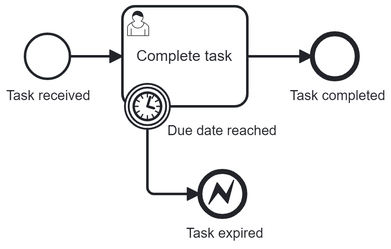
Before: updatable-boundary-timer-pattern/boundary-timer-update-problem.png, a diagram exported from BPMN (brix-ag/bpmn-design-patterns). Its source is kept beside it as updatable-boundary-timer-pattern/boundary-timer-update-problem.bpmn. Ids are renumbered. Its diagram source:
```xml
<bpmn:definitions xmlns:bpmn="http://www.omg.org/spec/BPMN/20100524/MODEL" xmlns:bpmndi="http://www.omg.org/spec/BPMN/20100524/DI" xmlns:dc="http://www.omg.org/spec/DD/20100524/DC" xmlns:xsi="http://www.w3.org/2001/XMLSchema-instance" xmlns:di="http://www.omg.org/spec/DD/20100524/DI" xmlns:zeebe="http://camunda.org/schema/zeebe/1.0" xmlns:modeler="http://camunda.org/schema/modeler/1.0" xmlns:camunda="http://camunda.org/schema/1.0/bpmn" id="Definitions_1" targetNamespace="http://bpmn.io/schema/bpmn" exporter="Camunda Modeler" exporterVersion="5.22.0" modeler:executionPlatform="Camunda Cloud" modeler:executionPlatformVersion="8.4.0" camunda:diagramRelationId="1eecfaeb-c86f-4ce1-862a-5acf91983cbc">
  <bpmn:process id="Process_n1" name="What about boundary events?" isExecutable="true">
    <bpmn:extensionElements>
      <zeebe:userTaskForm id="UserTaskForm_n2">{}</zeebe:userTaskForm>
    </bpmn:extensionElements>
    <bpmn:startEvent id="StartEvent_1" name="Task received">
      <bpmn:outgoing>Flow_n3</bpmn:outgoing>
    </bpmn:startEvent>
    <bpmn:sequenceFlow id="Flow_n3" sourceRef="StartEvent_1" targetRef="Activity_n4" />
    <bpmn:userTask id="Activity_n4" name="Complete task">
      <bpmn:extensionElements>
        <zeebe:formDefinition formKey="camunda-forms:bpmn:UserTaskForm_n2" />
      </bpmn:extensionElements>
      <bpmn:incoming>Flow_n3</bpmn:incoming>
      <bpmn:outgoing>Flow_n5</bpmn:outgoing>
    </bpmn:userTask>
    <bpmn:endEvent id="Event_n6" name="Task completed">
      <bpmn:incoming>Flow_n5</bpmn:incoming>
    </bpmn:endEvent>
    <bpmn:sequenceFlow id="Flow_n5" sourceRef="Activity_n4" targetRef="Event_n6" />
    <bpmn:boundaryEvent id="Event_n7" name="Due date reached" attachedToRef="Activity_n4">
      <bpmn:outgoing>Flow_n8</bpmn:outgoing>
      <bpmn:timerEventDefinition id="TimerEventDefinition_n9">
        <bpmn:timeDate xsi:type="bpmn:tFormalExpression">=dueDate</bpmn:timeDate>
      </bpmn:timerEventDefinition>
    </bpmn:boundaryEvent>
    <bpmn:sequenceFlow id="Flow_n8" sourceRef="Event_n7" targetRef="Event_n10" />
    <bpmn:endEvent id="Event_n10" name="Task expired">
      <bpmn:incoming>Flow_n8</bpmn:incoming>
      <bpmn:errorEventDefinition id="ErrorEventDefinition_n11" errorRef="Error_n12" />
    </bpmn:endEvent>
  </bpmn:process>
  <bpmn:error id="Error_n12" name="Error_2tdv811" errorCode="abc" />
  <bpmndi:BPMNDiagram id="BPMNDiagram_1">
    <bpmndi:BPMNPlane id="BPMNPlane_1" bpmnElement="Process_n1">
      <bpmndi:BPMNShape id="_BPMNShape_StartEvent_2" bpmnElement="StartEvent_1">
        <dc:Bounds x="192" y="72" width="36" height="36" />
        <bpmndi:BPMNLabel>
          <dc:Bounds x="177" y="115" width="67" height="14" />
        </bpmndi:BPMNLabel>
      </bpmndi:BPMNShape>
      <bpmndi:BPMNShape id="Activity_0kpoy62_di" bpmnElement="Activity_n4">
        <dc:Bounds x="270" y="50" width="100" height="80" />
        <bpmndi:BPMNLabel />
      </bpmndi:BPMNShape>
      <bpmndi:BPMNShape id="Event_n6_di" bpmnElement="Event_n6">
        <dc:Bounds x="422" y="72" width="36" height="36" />
        <bpmndi:BPMNLabel>
          <dc:Bounds x="404" y="115" width="76" height="14" />
        </bpmndi:BPMNLabel>
      </bpmndi:BPMNShape>
      <bpmndi:BPMNShape id="Event_1enkinz_di" bpmnElement="Event_n10">
        <dc:Bounds x="332" y="182" width="36" height="36" />
        <bpmndi:BPMNLabel>
          <dc:Bounds x="321" y="225" width="61" height="14" />
        </bpmndi:BPMNLabel>
      </bpmndi:BPMNShape>
      <bpmndi:BPMNShape id="Event_1sef1jr_di" bpmnElement="Event_n7">
        <dc:Bounds x="272" y="112" width="36" height="36" />
        <bpmndi:BPMNLabel>
          <dc:Bounds x="306" y="143" width="88" height="14" />
        </bpmndi:BPMNLabel>
      </bpmndi:BPMNShape>
      <bpmndi:BPMNEdge id="Flow_n3_di" bpmnElement="Flow_n3">
        <di:waypoint x="228" y="90" />
        <di:waypoint x="270" y="90" />
      </bpmndi:BPMNEdge>
      <bpmndi:BPMNEdge id="Flow_n5_di" bpmnElement="Flow_n5">
        <di:waypoint x="370" y="90" />
        <di:waypoint x="422" y="90" />
      </bpmndi:BPMNEdge>
      <bpmndi:BPMNEdge id="Flow_n8_di" bpmnElement="Flow_n8">
        <di:waypoint x="290" y="148" />
        <di:waypoint x="290" y="200" />
        <di:waypoint x="332" y="200" />
      </bpmndi:BPMNEdge>
    </bpmndi:BPMNPlane>
  </bpmndi:BPMNDiagram>
</bpmn:definitions>
```
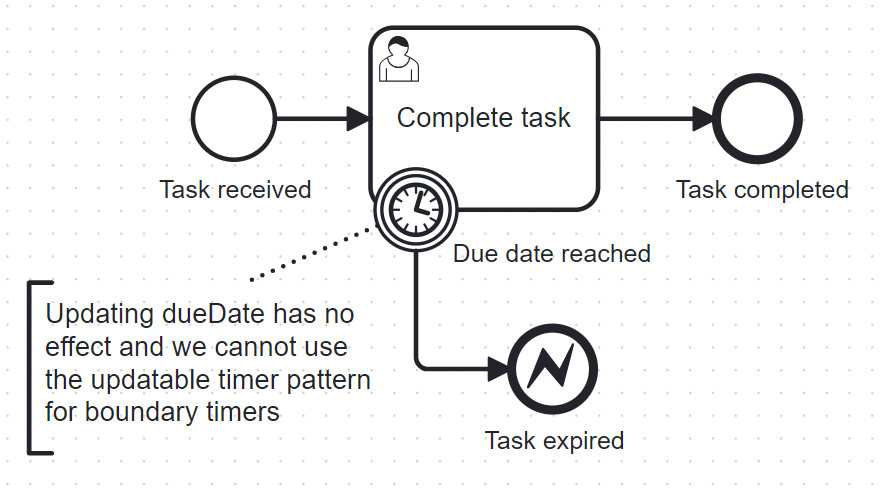
After the commit.

Commit message:
add description to problem as annotation to make it consistent with the other patterns

What changed in the source:
```diff
@@ -1,4 +1,4 @@
-<bpmn:definitions xmlns:bpmn="http://www.omg.org/spec/BPMN/20100524/MODEL" xmlns:bpmndi="http://www.omg.org/spec/BPMN/20100524/DI" xmlns:dc="http://www.omg.org/spec/DD/20100524/DC" xmlns:xsi="http://www.w3.org/2001/XMLSchema-instance" xmlns:di="http://www.omg.org/spec/DD/20100524/DI" xmlns:zeebe="http://camunda.org/schema/zeebe/1.0" xmlns:modeler="http://camunda.org/schema/modeler/1.0" xmlns:camunda="http://camunda.org/schema/1.0/bpmn" id="Definitions_1" targetNamespace="http://bpmn.io/schema/bpmn" exporter="Camunda Modeler" exporterVersion="5.22.0" modeler:executionPlatform="Camunda Cloud" modeler:executionPlatformVersion="8.4.0" camunda:diagramRelationId="1eecfaeb-c86f-4ce1-862a-5acf91983cbc">
+<bpmn:definitions xmlns:bpmn="http://www.omg.org/spec/BPMN/20100524/MODEL" xmlns:bpmndi="http://www.omg.org/spec/BPMN/20100524/DI" xmlns:dc="http://www.omg.org/spec/DD/20100524/DC" xmlns:xsi="http://www.w3.org/2001/XMLSchema-instance" xmlns:di="http://www.omg.org/spec/DD/20100524/DI" xmlns:zeebe="http://camunda.org/schema/zeebe/1.0" xmlns:modeler="http://camunda.org/schema/modeler/1.0" xmlns:camunda="http://camunda.org/schema/1.0/bpmn" id="Definitions_1" targetNamespace="http://bpmn.io/schema/bpmn" exporter="Camunda Modeler" exporterVersion="5.21.0" modeler:executionPlatform="Camunda Cloud" modeler:executionPlatformVersion="8.4.0" camunda:diagramRelationId="1eecfaeb-c86f-4ce1-862a-5acf91983cbc">
   <bpmn:process id="Process_n1" name="What about boundary events?" isExecutable="true">
     <bpmn:extensionElements>
       <zeebe:userTaskForm id="UserTaskForm_n2">{}</zeebe:userTaskForm>
@@ -29,6 +29,10 @@
       <bpmn:incoming>Flow_n8</bpmn:incoming>
       <bpmn:errorEventDefinition id="ErrorEventDefinition_n11" errorRef="Error_n12" />
     </bpmn:endEvent>
+    <bpmn:textAnnotation id="TextAnnotation_n13">
+      <bpmn:text>Updating dueDate has no effect and we cannot use the updatable timer pattern for boundary timers</bpmn:text>
+    </bpmn:textAnnotation>
+    <bpmn:association id="Association_n14" associationDirection="None" sourceRef="Event_n7" targetRef="TextAnnotation_n13" />
   </bpmn:process>
   <bpmn:error id="Error_n12" name="Error_2tdv811" errorCode="abc" />
   <bpmndi:BPMNDiagram id="BPMNDiagram_1">
@@ -55,6 +59,10 @@
           <dc:Bounds x="321" y="225" width="61" height="14" />
         </bpmndi:BPMNLabel>
       </bpmndi:BPMNShape>
+      <bpmndi:BPMNEdge id="Association_n14_di" bpmnElement="Association_n14">
+        <di:waypoint x="273" y="137" />
+        <di:waypoint x="215" y="162" />
+      </bpmndi:BPMNEdge>
       <bpmndi:BPMNShape id="Event_1sef1jr_di" bpmnElement="Event_n7">
         <dc:Bounds x="272" y="112" width="36" height="36" />
         <bpmndi:BPMNLabel>
@@ -74,6 +82,10 @@
         <di:waypoint x="290" y="200" />
         <di:waypoint x="332" y="200" />
       </bpmndi:BPMNEdge>
+      <bpmndi:BPMNShape id="TextAnnotation_n13_di" bpmnElement="TextAnnotation_n13">
+        <dc:Bounds x="120" y="162" width="160" height="75" />
+        <bpmndi:BPMNLabel />
+      </bpmndi:BPMNShape>
     </bpmndi:BPMNPlane>
   </bpmndi:BPMNDiagram>
 </bpmn:definitions>
```
